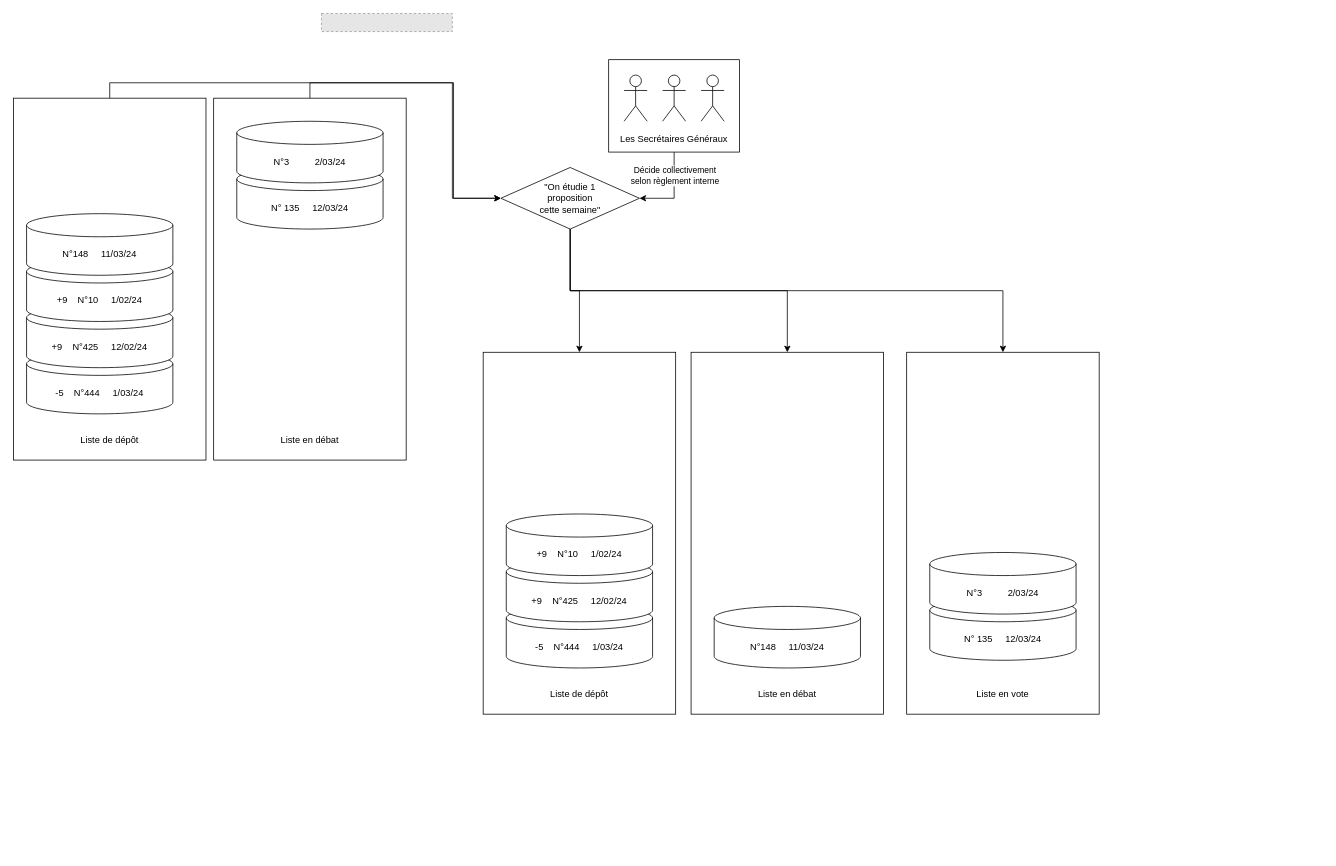
Earlier version of the draw.io diagram page "La phase de vote" (6 of 6) of InteractionPVD.drawio (emilienGallet/PVD_fonctionement_ext). Source tidied: cells renumbered, new cells numbered last; positions are measured from the earlier drawing's top-left corner, leaving out a move shared by most shapes. Both pictures are drawn from the tidied source at 77%, with x=0, y=0 at pixel (13, 13). Pictures stored in the file or linked from it are replaced by grey dashed boxes.
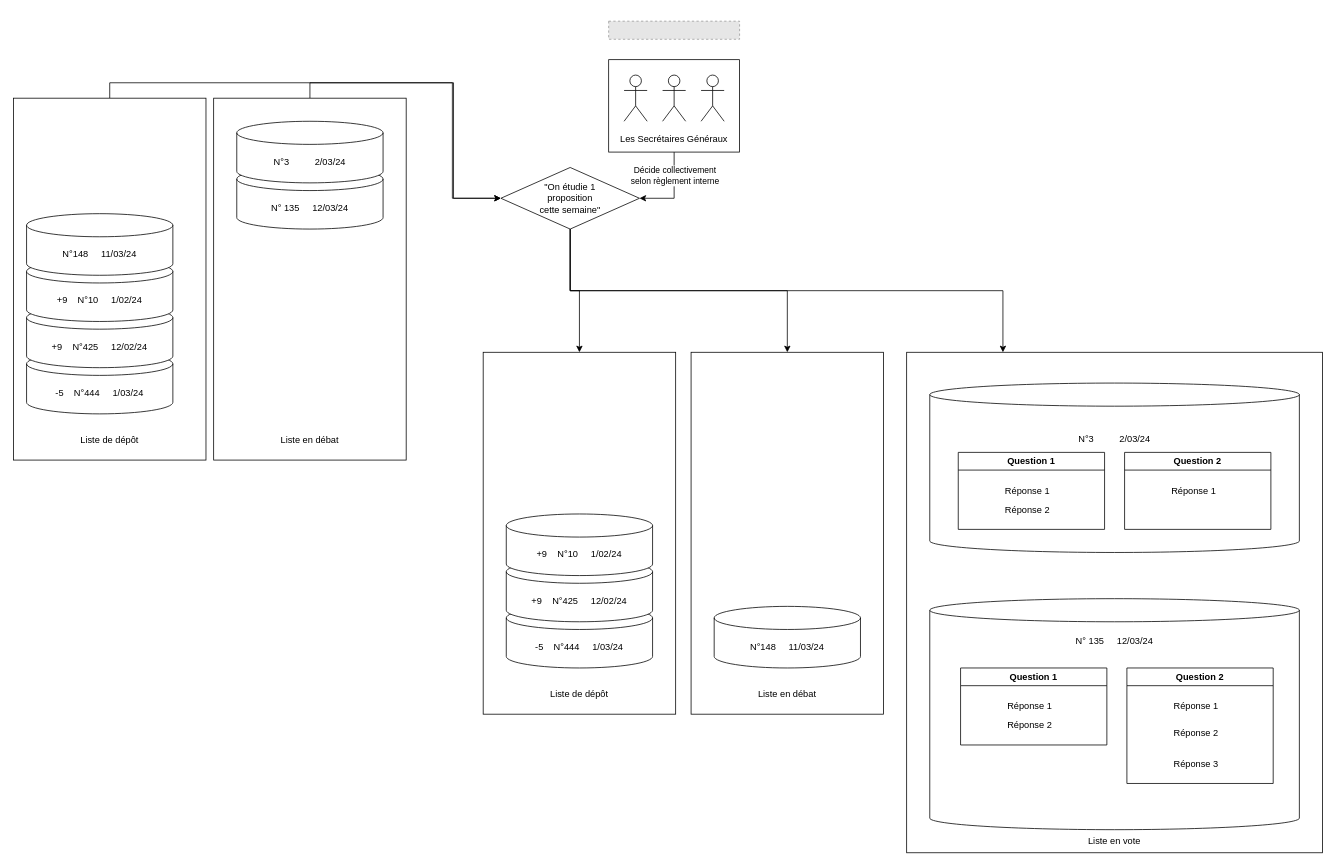
Above is the later version.

Commit message:
Mettre à jour InteractionPVD.drawio

Diff of the diagram source:
```diff
@@
-    <mxCell id="2" value="&lt;br&gt;&lt;br&gt;&lt;br&gt;&lt;br&gt;&lt;br&gt;&lt;br&gt;&lt;br&gt;&lt;br&gt;&lt;br&gt;&lt;br&gt;&lt;br&gt;&lt;br&gt;&lt;br&gt;&lt;br&gt;&lt;br&gt;&lt;br&gt;&lt;br&gt;&lt;br&gt;&lt;br&gt;&lt;br&gt;&lt;br&gt;&lt;br&gt;&lt;br&gt;&lt;br&gt;&lt;br&gt;&lt;br&gt;&lt;br&gt;&lt;br&gt;&lt;br&gt;Liste en vote" style="rounded=0;whiteSpace=wrap;html=1;" parent="1" vertex="1">
-      <mxGeometry x="1160" y="440" width="250" height="470" as="geometry" />
+    <mxCell id="2" value="&lt;br&gt;&lt;br&gt;&lt;br&gt;&lt;br&gt;&lt;br&gt;&lt;br&gt;&lt;br&gt;&lt;br&gt;&lt;br&gt;&lt;br&gt;&lt;br&gt;&lt;br&gt;&lt;br&gt;&lt;br&gt;&lt;br&gt;&lt;br&gt;&lt;br&gt;&lt;br&gt;&lt;br&gt;&lt;br&gt;&lt;br&gt;&lt;br&gt;&lt;br&gt;&lt;br&gt;&lt;br&gt;&lt;br&gt;&lt;br&gt;&lt;br&gt;&lt;br&gt;&lt;br&gt;&lt;br&gt;&lt;br&gt;&lt;br&gt;&lt;br&gt;&lt;br&gt;&lt;br&gt;&lt;br&gt;&lt;br&gt;&lt;br&gt;&lt;br&gt;&lt;br&gt;&lt;br&gt;&lt;br&gt;Liste en vote" style="rounded=0;whiteSpace=wrap;html=1;" parent="1" vertex="1">
+      <mxGeometry x="1160" y="440" width="540" height="650" as="geometry" />
     </mxCell>
@@
-    <mxCell id="28" value="N° 135&#9;&lt;span style=&quot;&quot;&gt;&lt;span style=&quot;white-space: pre;&quot;&gt;&amp;nbsp;&amp;nbsp;&amp;nbsp;&amp;nbsp;&lt;/span&gt;&lt;/span&gt;12/03/24" style="shape=cylinder3;whiteSpace=wrap;html=1;boundedLbl=1;backgroundOutline=1;size=15;fillColor=#FFFFFF;" parent="1" vertex="1">
-      <mxGeometry x="1190" y="760" width="190" height="80" as="geometry" />
+    <mxCell id="28" value="N° 135&#9;&lt;span style=&quot;&quot;&gt;&lt;span style=&quot;white-space: pre;&quot;&gt;&amp;nbsp;&amp;nbsp;&amp;nbsp;&amp;nbsp;&lt;/span&gt;&lt;/span&gt;12/03/24&lt;br&gt;&lt;br&gt;&lt;br&gt;&lt;br&gt;&lt;br&gt;&lt;br&gt;&lt;br&gt;&lt;br&gt;&lt;br&gt;&lt;br&gt;&lt;br&gt;&lt;br&gt;&lt;br&gt;&lt;br&gt;&lt;br&gt;&lt;br&gt;" style="shape=cylinder3;whiteSpace=wrap;html=1;boundedLbl=1;backgroundOutline=1;size=15;fillColor=#FFFFFF;" parent="1" vertex="1">
+      <mxGeometry x="1190" y="760" width="480" height="300" as="geometry" />
     </mxCell>
-    <mxCell id="29" value="N°3&lt;span style=&quot;white-space: pre;&quot;&gt;&#9;&lt;/span&gt;&lt;span style=&quot;white-space: pre;&quot;&gt;&#9;&lt;/span&gt;2/03/24" style="shape=cylinder3;whiteSpace=wrap;html=1;boundedLbl=1;backgroundOutline=1;size=15;fillColor=#FFFFFF;" parent="1" vertex="1">
-      <mxGeometry x="1190" y="700" width="190" height="80" as="geometry" />
+    <mxCell id="29" value="N°3&lt;span style=&quot;white-space: pre;&quot;&gt;&#9;&lt;/span&gt;&lt;span style=&quot;white-space: pre;&quot;&gt;&#9;&lt;/span&gt;2/03/24&lt;br&gt;&lt;br&gt;&lt;br&gt;&lt;br&gt;&lt;br&gt;&lt;br&gt;&lt;br&gt;&lt;br&gt;" style="shape=cylinder3;whiteSpace=wrap;html=1;boundedLbl=1;backgroundOutline=1;size=15;fillColor=#FFFFFF;" parent="1" vertex="1">
+      <mxGeometry x="1190" y="480" width="480" height="220" as="geometry" />
     </mxCell>
     <mxCell id="30" style="fillColor=#E6E6E6;strokeColor=#999999;dashed=1;verticalLabelPosition=bottom;labelBackgroundColor=default;verticalAlign=top;rotation=0;" parent="1" vertex="1">
-      <mxGeometry x="400" width="170" height="23.5" as="geometry" />
+      <mxGeometry x="773" y="10" width="170" height="23.5" as="geometry" />
     </mxCell>
@@
+    <mxCell id="32" value="Question 1" style="swimlane;whiteSpace=wrap;html=1;" parent="1" vertex="1">
+      <mxGeometry x="1227" y="570" width="190" height="100" as="geometry" />
+    </mxCell>
+    <mxCell id="33" value="Réponse 1" style="text;html=1;strokeColor=none;fillColor=none;align=center;verticalAlign=middle;whiteSpace=wrap;rounded=0;" parent="32" vertex="1">
+      <mxGeometry x="10" y="35" width="160" height="30" as="geometry" />
+    </mxCell>
+    <mxCell id="34" value="Réponse 2" style="text;html=1;strokeColor=none;fillColor=none;align=center;verticalAlign=middle;whiteSpace=wrap;rounded=0;" parent="32" vertex="1">
+      <mxGeometry x="10" y="60" width="160" height="30" as="geometry" />
+    </mxCell>
+    <mxCell id="35" value="Question 2" style="swimlane;whiteSpace=wrap;html=1;" parent="1" vertex="1">
+      <mxGeometry x="1443" y="570" width="190" height="100" as="geometry" />
+    </mxCell>
+    <mxCell id="36" value="Réponse 1" style="text;html=1;strokeColor=none;fillColor=none;align=center;verticalAlign=middle;whiteSpace=wrap;rounded=0;" parent="35" vertex="1">
+      <mxGeometry x="10" y="35" width="160" height="30" as="geometry" />
+    </mxCell>
+    <mxCell id="37" value="Question 1" style="swimlane;whiteSpace=wrap;html=1;" parent="1" vertex="1">
+      <mxGeometry x="1230" y="850" width="190" height="100" as="geometry" />
+    </mxCell>
+    <mxCell id="38" value="Réponse 1" style="text;html=1;strokeColor=none;fillColor=none;align=center;verticalAlign=middle;whiteSpace=wrap;rounded=0;" parent="37" vertex="1">
+      <mxGeometry x="10" y="35" width="160" height="30" as="geometry" />
+    </mxCell>
+    <mxCell id="39" value="Réponse 2" style="text;html=1;strokeColor=none;fillColor=none;align=center;verticalAlign=middle;whiteSpace=wrap;rounded=0;" parent="37" vertex="1">
+      <mxGeometry x="10" y="60" width="160" height="30" as="geometry" />
+    </mxCell>
+    <mxCell id="40" value="Question 2" style="swimlane;whiteSpace=wrap;html=1;" parent="1" vertex="1">
+      <mxGeometry x="1446" y="850" width="190" height="150" as="geometry" />
+    </mxCell>
+    <mxCell id="41" value="Réponse 1" style="text;html=1;strokeColor=none;fillColor=none;align=center;verticalAlign=middle;whiteSpace=wrap;rounded=0;" parent="40" vertex="1">
+      <mxGeometry x="10" y="35" width="160" height="30" as="geometry" />
+    </mxCell>
+    <mxCell id="42" value="Réponse 2" style="text;html=1;strokeColor=none;fillColor=none;align=center;verticalAlign=middle;whiteSpace=wrap;rounded=0;" parent="40" vertex="1">
+      <mxGeometry x="10" y="70" width="160" height="30" as="geometry" />
+    </mxCell>
+    <mxCell id="43" value="Réponse 3" style="text;html=1;strokeColor=none;fillColor=none;align=center;verticalAlign=middle;whiteSpace=wrap;rounded=0;" parent="40" vertex="1">
+      <mxGeometry x="10" y="110" width="160" height="30" as="geometry" />
+    </mxCell>
```
